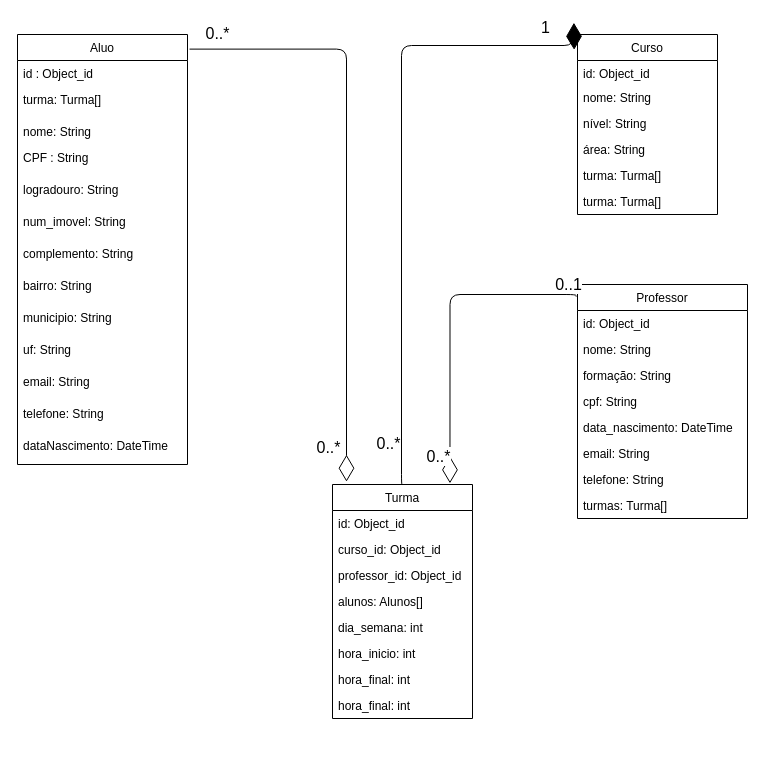
Before: page "Page-2" (2 of 2) of docs/modelagem-db.drawio in viniciu-pereira/bn-not-2023-2, a draw.io diagram. Source tidied: cells renumbered, new cells numbered last; positions are measured from the earlier drawing's top-left corner, leaving out a move shared by most shapes. Both pictures are drawn from the tidied source at 100%, with x=0, y=0 at pixel (17, 34).
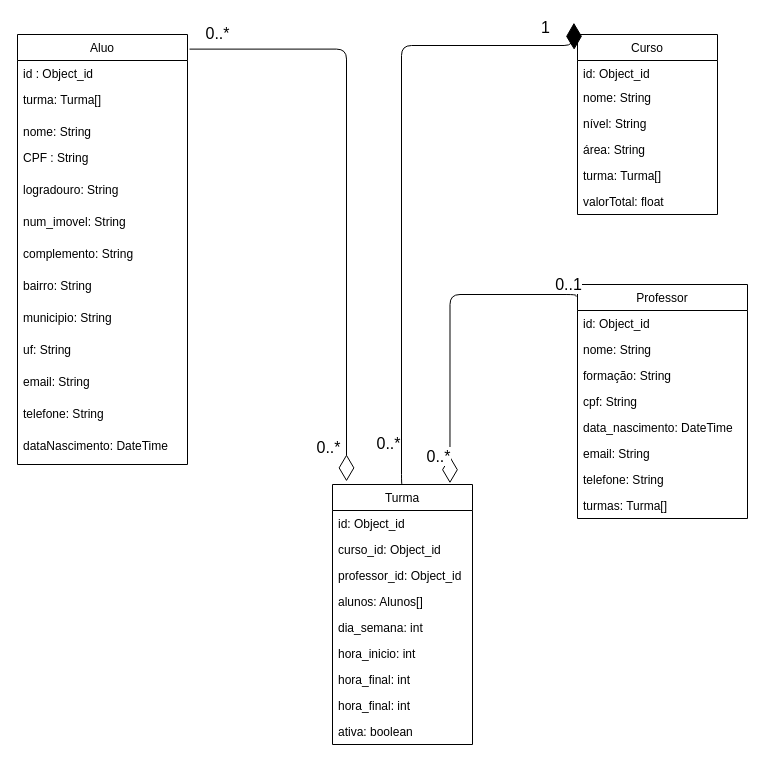
After the change.

Commit message:
(6/9) confecção do diagrama no prisma

The change refers to these unchanged cells:
```xml
<mxCell id="16" value="Curso" style="swimlane;fontStyle=0;horizontal=1;startSize=26;fillColor=none;" parent="1" vertex="1">
  <mxGeometry x="560" width="140" height="180" as="geometry" />
</mxCell>
```

Change to the diagram source:
```diff
@@
-    <mxCell id="22" value="turma: Turma[]" style="text;strokeColor=none;fillColor=none;align=left;verticalAlign=top;spacingLeft=4;spacingRight=4;overflow=hidden;" parent="16" vertex="1">
+    <mxCell id="22" value="valorTotal: float" style="text;strokeColor=none;fillColor=none;align=left;verticalAlign=top;spacingLeft=4;spacingRight=4;overflow=hidden;" parent="16" vertex="1">
       <mxGeometry y="154" width="140" height="26" as="geometry" />
     </mxCell>
     <mxCell id="23" value="Turma" style="swimlane;fontStyle=0;horizontal=1;startSize=26;fillColor=none;" parent="1" vertex="1">
-      <mxGeometry x="315" y="450" width="140" height="234" as="geometry" />
+      <mxGeometry x="315" y="450" width="140" height="260" as="geometry" />
     </mxCell>
@@
+    <mxCell id="50" value="ativa: boolean" style="text;strokeColor=none;fillColor=none;align=left;verticalAlign=top;spacingLeft=4;spacingRight=4;overflow=hidden;" parent="23" vertex="1">
+      <mxGeometry y="234" width="140" height="26" as="geometry" />
+    </mxCell>
```
